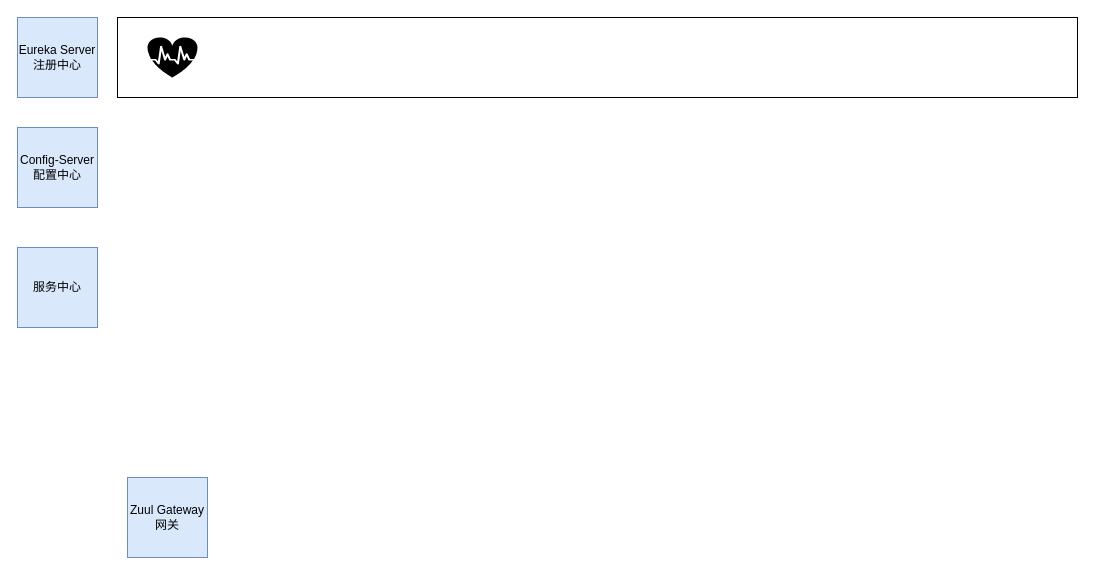
Earlier version of the draw.io diagram Untitled Diagram.drawio (VanShell/xufan). Source tidied: cells renumbered, new cells numbered last; positions are measured from the earlier drawing's top-left corner, leaving out a move shared by most shapes. Both pictures are drawn from the tidied source at 100%, with x=0, y=0 at pixel (17, 17).
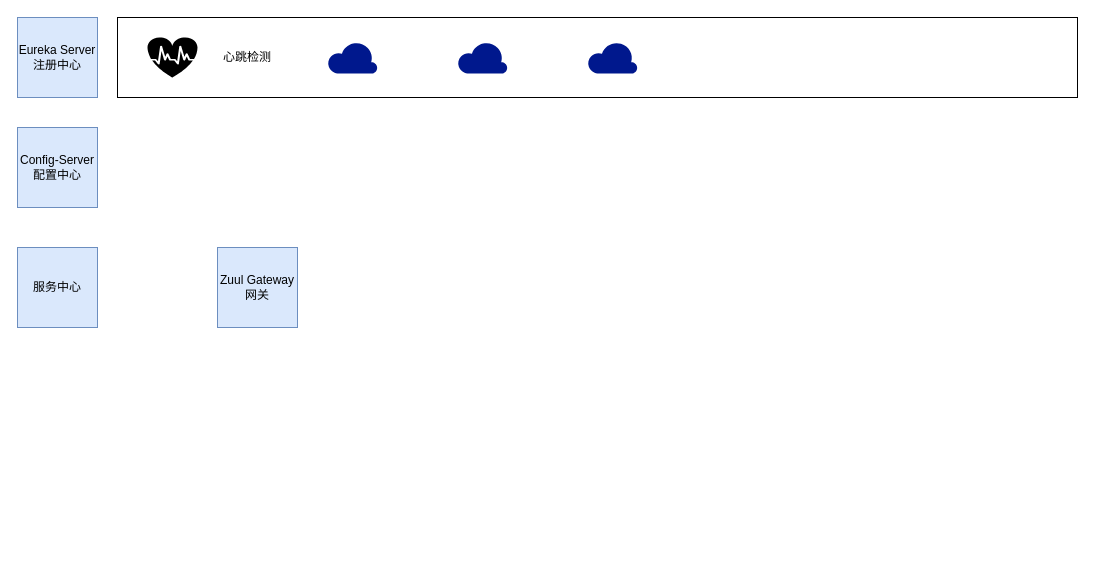
The same page after the edit.

What changed in the source:
```diff
@@
 <mxGraphModel background="#ffffff">
   <root>
     <mxCell id="0" />
     <mxCell id="1" parent="0" />
     <mxCell id="2" value="Eureka Server注册中心" style="whiteSpace=wrap;html=1;fillColor=#dae8fc;strokeColor=#6c8ebf;" parent="1" vertex="1">
       <mxGeometry width="80" height="80" as="geometry" />
     </mxCell>
     <mxCell id="3" value="Config-Server配置中心" style="whiteSpace=wrap;html=1;fillColor=#dae8fc;strokeColor=#6c8ebf;" parent="1" vertex="1">
       <mxGeometry y="110" width="80" height="80" as="geometry" />
     </mxCell>
     <mxCell id="4" value="Zuul Gateway网关" style="whiteSpace=wrap;html=1;fillColor=#dae8fc;strokeColor=#6c8ebf;" parent="1" vertex="1">
-      <mxGeometry x="110" y="460" width="80" height="80" as="geometry" />
+      <mxGeometry x="200" y="230" width="80" height="80" as="geometry" />
     </mxCell>
     <mxCell id="5" value="服务中心" style="whiteSpace=wrap;html=1;fillColor=#dae8fc;strokeColor=#6c8ebf;" parent="1" vertex="1">
       <mxGeometry y="230" width="80" height="80" as="geometry" />
     </mxCell>
     <mxCell id="6" style="rounded=0;whiteSpace=wrap;html=1;" parent="1" vertex="1">
       <mxGeometry x="100" width="960" height="80" as="geometry" />
     </mxCell>
     <mxCell id="7" style="shape=mxgraph.signs.healthcare.cardiology;html=1;fillColor=#000000;strokeColor=none;verticalLabelPosition=bottom;verticalAlign=top;align=center;" parent="1" vertex="1">
       <mxGeometry x="130" y="20" width="50" height="40" as="geometry" />
     </mxCell>
+    <mxCell id="8" value="心跳检测" style="text;html=1;strokeColor=none;fillColor=none;align=center;verticalAlign=middle;whiteSpace=wrap;rounded=0;" parent="1" vertex="1">
+      <mxGeometry x="200" y="30" width="60" height="20" as="geometry" />
+    </mxCell>
+    <mxCell id="9" style="shadow=0;html=1;labelPosition=center;verticalLabelPosition=bottom;verticalAlign=top;align=center;fillColor=#00188D;shape=mxgraph.azure.cloud;strokeColor=none;perimeterSpacing=1;" parent="1" vertex="1">
+      <mxGeometry x="310" y="24" width="50" height="32" as="geometry" />
+    </mxCell>
+    <mxCell id="10" style="shadow=0;html=1;labelPosition=center;verticalLabelPosition=bottom;verticalAlign=top;align=center;fillColor=#00188D;shape=mxgraph.azure.cloud;strokeColor=none;perimeterSpacing=1;" parent="1" vertex="1">
+      <mxGeometry x="440" y="24" width="50" height="32" as="geometry" />
+    </mxCell>
+    <mxCell id="11" style="shadow=0;html=1;labelPosition=center;verticalLabelPosition=bottom;verticalAlign=top;align=center;fillColor=#00188D;shape=mxgraph.azure.cloud;strokeColor=none;perimeterSpacing=1;" parent="1" vertex="1">
+      <mxGeometry x="570" y="24" width="50" height="32" as="geometry" />
+    </mxCell>
   </root>
 </mxGraphModel>
```
